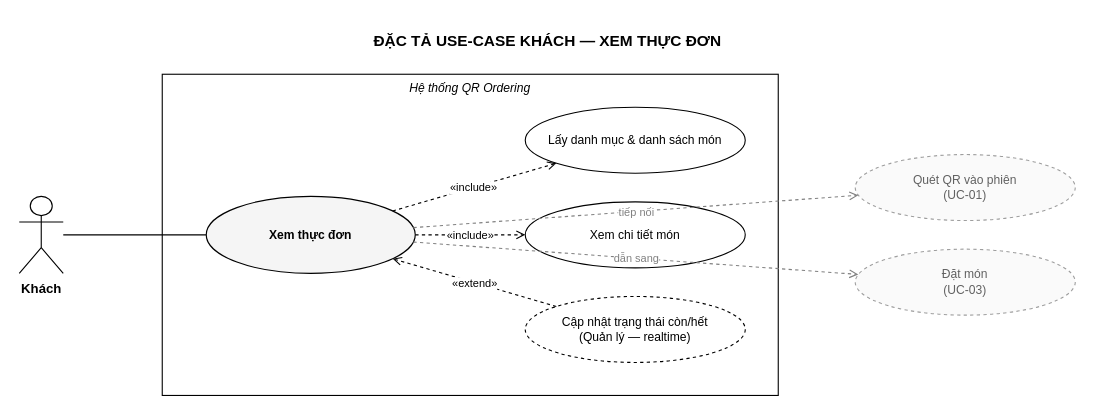
The draw.io diagram docs/use-cases/uc-khach-02-xem-thuc-don.drawio in thanhhoa3514/restaurant-management, before the edit. Source tidied: cells renumbered, new cells numbered last; positions are measured from the earlier drawing's top-left corner, leaving out a move shared by most shapes. Both pictures are drawn from the tidied source at 110%, with x=0, y=0 at pixel (19, 19).
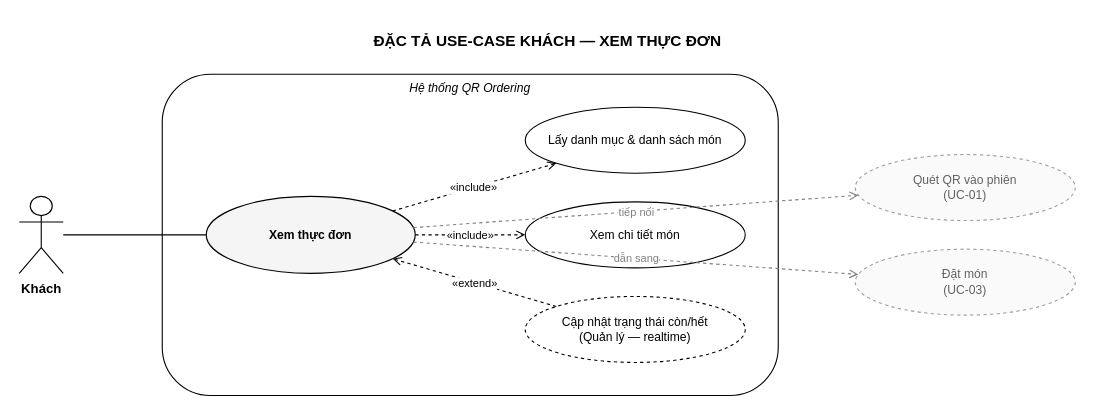
Above is the later version.

What changed in the source:
```diff
@@
 <mxGraphModel>
   <root>
     <mxCell id="0" />
     <mxCell id="1" parent="0" />
     <mxCell id="2" value="ĐẶC TẢ USE-CASE KHÁCH — XEM THỰC ĐƠN" style="text;html=1;fontSize=14;fontStyle=1;align=center;verticalAlign=middle;" parent="1" vertex="1">
       <mxGeometry width="960" height="40" as="geometry" />
     </mxCell>
-    <mxCell id="3" value="Hệ thống QR Ordering" style="rounded=0;whiteSpace=wrap;html=1;verticalAlign=top;fontSize=11;fontStyle=2;fillColor=none;strokeColor=#000000;" parent="1" vertex="1">
+    <mxCell id="3" value="Hệ thống QR Ordering" style="rounded=1;whiteSpace=wrap;html=1;verticalAlign=top;fontSize=11;fontStyle=2;fillColor=none;strokeColor=#000000;" parent="1" vertex="1">
       <mxGeometry x="130" y="50" width="560" height="292" as="geometry" />
     </mxCell>
     <mxCell id="4" value="Khách" style="shape=umlActor;verticalLabelPosition=bottom;verticalAlign=top;html=1;outlineConnect=0;fontSize=12;fontStyle=1;fillColor=#FFFFFF;strokeColor=#000000;" parent="1" vertex="1">
       <mxGeometry y="161" width="40" height="70" as="geometry" />
     </mxCell>
     <mxCell id="5" value="Xem thực đơn" style="ellipse;whiteSpace=wrap;html=1;fontSize=11;verticalAlign=middle;fillColor=#FFFFFF;strokeColor=#000000;fontStyle=1;fillColor=#F5F5F5;" parent="1" vertex="1">
       <mxGeometry x="170" y="161" width="190" height="70" as="geometry" />
     </mxCell>
     <mxCell id="6" value="Lấy danh mục &amp; danh sách món" style="ellipse;whiteSpace=wrap;html=1;fontSize=11;verticalAlign=middle;fillColor=#FFFFFF;strokeColor=#000000;" parent="1" vertex="1">
       <mxGeometry x="460" y="80" width="200" height="60" as="geometry" />
     </mxCell>
     <mxCell id="7" value="Xem chi tiết món" style="ellipse;whiteSpace=wrap;html=1;fontSize=11;verticalAlign=middle;fillColor=#FFFFFF;strokeColor=#000000;" parent="1" vertex="1">
       <mxGeometry x="460" y="166" width="200" height="60" as="geometry" />
     </mxCell>
     <mxCell id="8" value="Cập nhật trạng thái còn/hết&#10;(Quản lý — realtime)" style="ellipse;whiteSpace=wrap;html=1;fontSize=11;verticalAlign=middle;fillColor=#FFFFFF;strokeColor=#000000;dashed=1;" parent="1" vertex="1">
       <mxGeometry x="460" y="252" width="200" height="60" as="geometry" />
     </mxCell>
     <mxCell id="9" value="Quét QR vào phiên&#10;(UC-01)" style="ellipse;whiteSpace=wrap;html=1;fontSize=11;verticalAlign=middle;fillColor=#FFFFFF;strokeColor=#000000;fillColor=#FAFAFA;strokeColor=#9E9E9E;fontColor=#616161;dashed=1;" parent="1" vertex="1">
       <mxGeometry x="760" y="123" width="200" height="60" as="geometry" />
     </mxCell>
     <mxCell id="10" value="Đặt món&#10;(UC-03)" style="ellipse;whiteSpace=wrap;html=1;fontSize=11;verticalAlign=middle;fillColor=#FFFFFF;strokeColor=#000000;fillColor=#FAFAFA;strokeColor=#9E9E9E;fontColor=#616161;dashed=1;" parent="1" vertex="1">
       <mxGeometry x="760" y="209" width="200" height="60" as="geometry" />
     </mxCell>
     <mxCell id="11" style="edgeStyle=none;html=1;fontSize=10;endArrow=none;strokeColor=#000000;" parent="1" edge="1" source="4" target="5">
       <mxGeometry relative="1" as="geometry" />
     </mxCell>
     <mxCell id="12" value="«include»" style="edgeStyle=none;html=1;fontSize=10;endArrow=open;endFill=0;dashed=1;strokeColor=#000000;" parent="1" edge="1" source="5" target="6">
       <mxGeometry relative="1" as="geometry" />
     </mxCell>
     <mxCell id="13" value="«include»" style="edgeStyle=none;html=1;fontSize=10;endArrow=open;endFill=0;dashed=1;strokeColor=#000000;" parent="1" edge="1" source="5" target="7">
       <mxGeometry relative="1" as="geometry" />
     </mxCell>
     <mxCell id="14" value="«extend»" style="edgeStyle=none;html=1;fontSize=10;endArrow=open;endFill=0;dashed=1;strokeColor=#000000;" parent="1" edge="1" source="8" target="5">
       <mxGeometry relative="1" as="geometry" />
     </mxCell>
     <mxCell id="15" value="tiếp nối" style="edgeStyle=none;html=1;fontSize=10;endArrow=open;endFill=0;dashed=1;strokeColor=#808080;fontColor=#808080;" parent="1" edge="1" source="5" target="9">
       <mxGeometry relative="1" as="geometry" />
     </mxCell>
     <mxCell id="16" value="dẫn sang" style="edgeStyle=none;html=1;fontSize=10;endArrow=open;endFill=0;dashed=1;strokeColor=#808080;fontColor=#808080;" parent="1" edge="1" source="5" target="10">
       <mxGeometry relative="1" as="geometry" />
     </mxCell>
   </root>
 </mxGraphModel>
```
